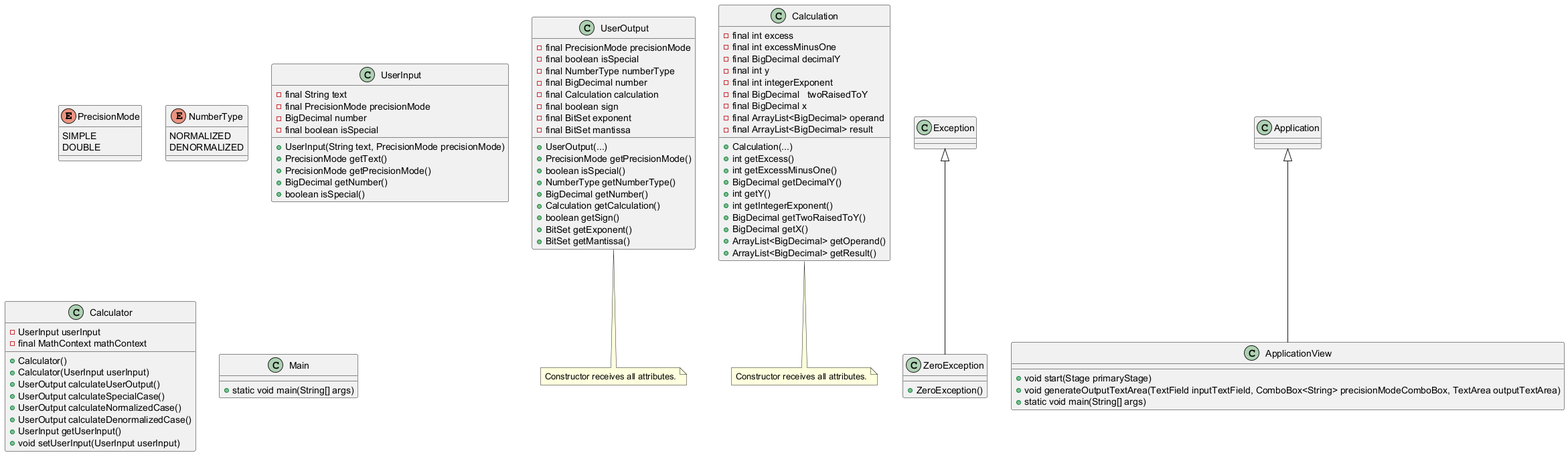
Earlier version of the PlantUML export src/main/resources/uml.png (Jiuso1/easyP754).
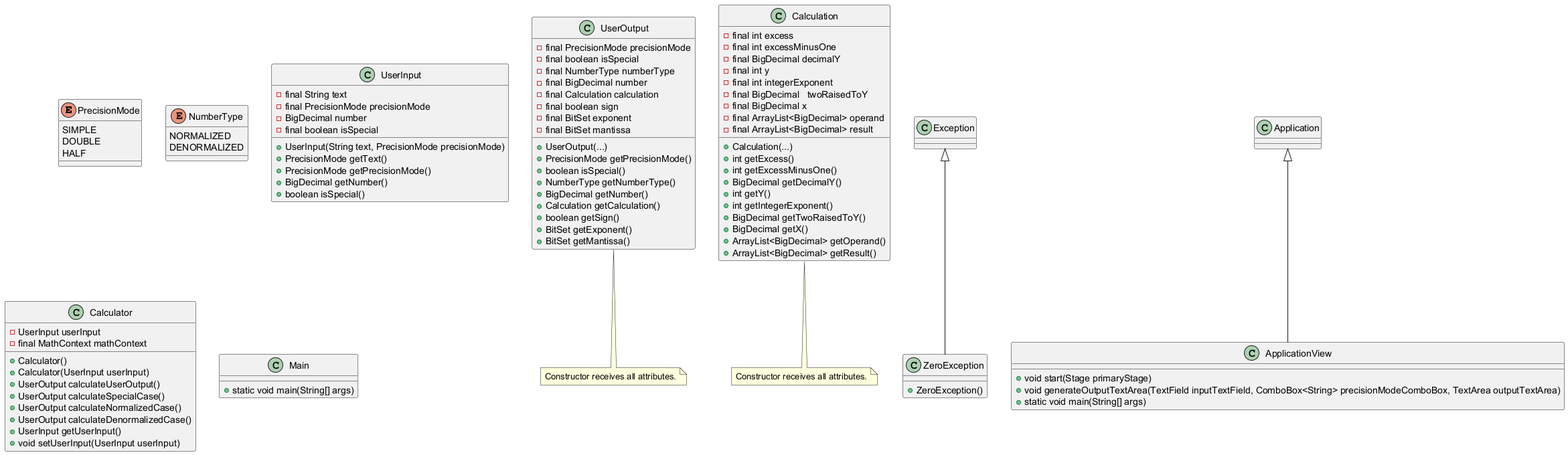
Later version of the same file.

Change to the diagram source:
```diff
@@ -2,6 +2,7 @@
 enum PrecisionMode {
     SIMPLE
     DOUBLE
+    HALF
 }
 
 enum NumberType {
```
